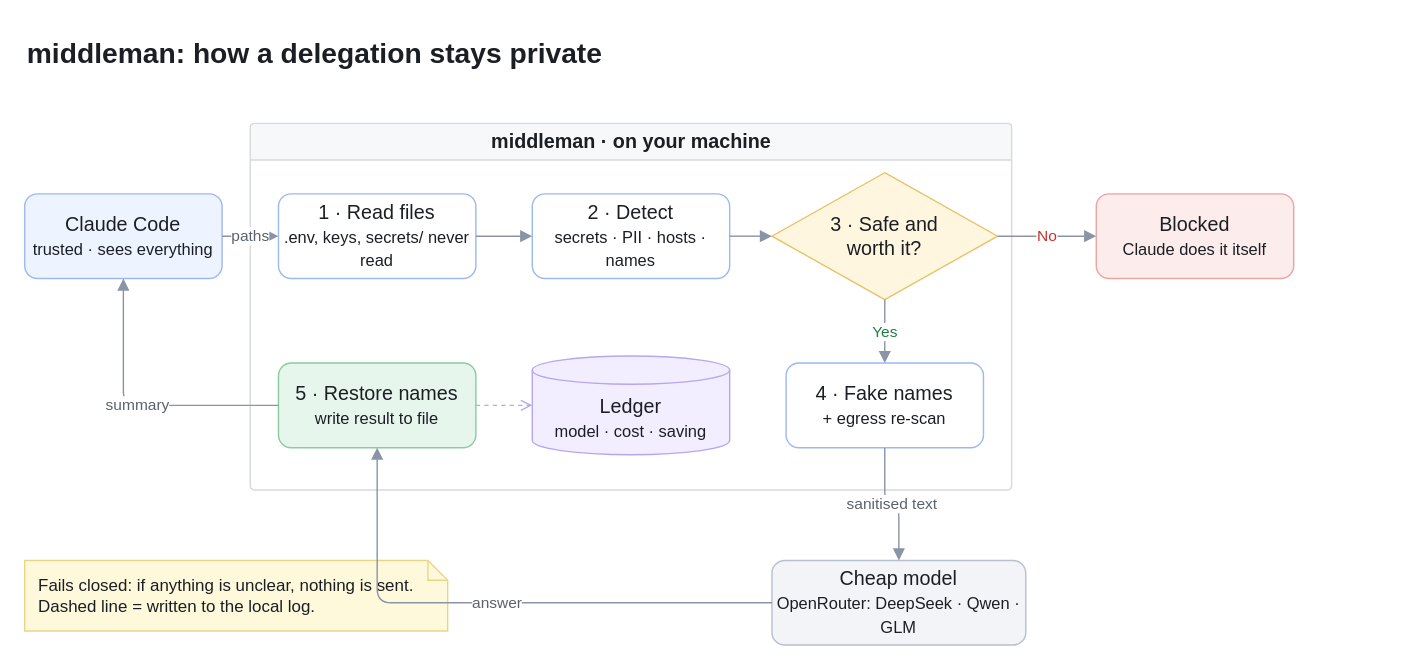
This is docs/architecture.drawio from baturox/middleman, a draw.io file, before an edit. Source tidied: cells renumbered, new cells numbered last; positions are measured from the earlier drawing's top-left corner, leaving out a move shared by most shapes. Both pictures are drawn from the tidied source at 141%, with x=0, y=0 at pixel (24, 24).
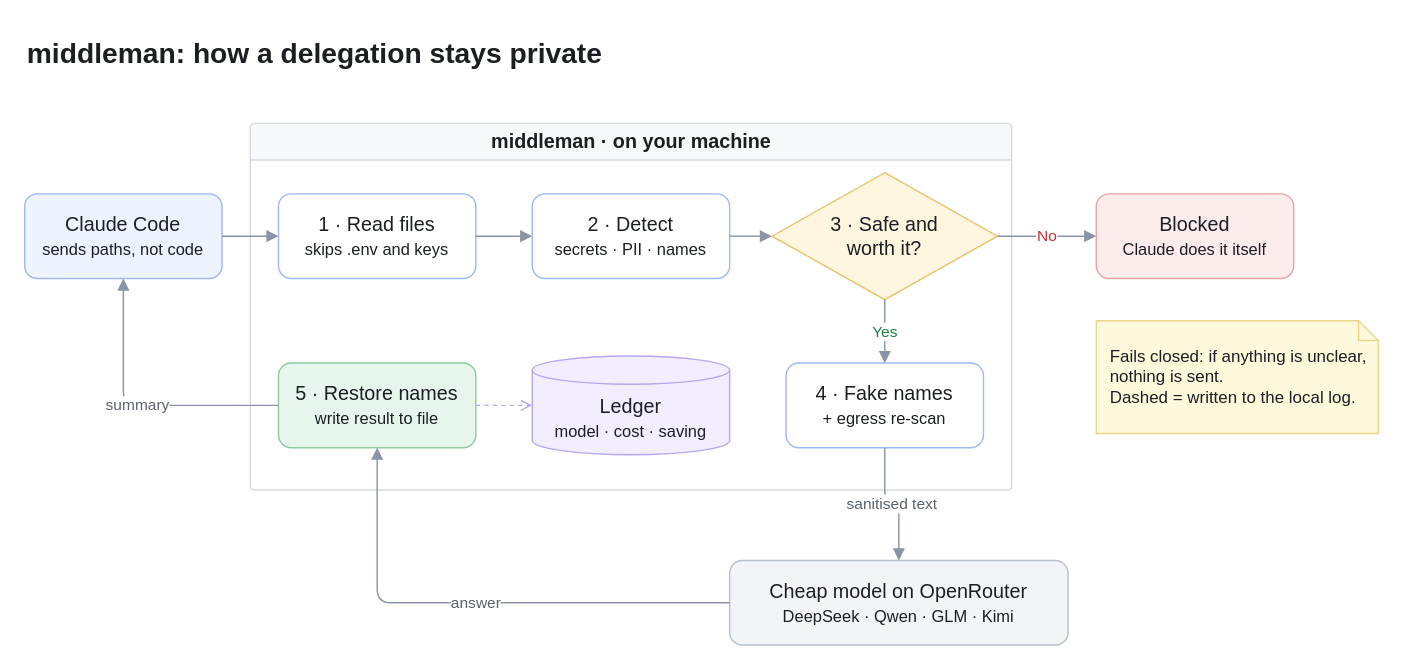
Above is the later version.

Commit message (it also covers changes not shown here):
docs: draw.io architecture diagram in README

The change refers to these unchanged cells:
```xml
<mxCell id="4" value="middleman · on your machine" style="swimlane;startSize=26;html=1;fontSize=14;fontStyle=1;fillColor=#F7F8FA;strokeColor=#D5DAE1;fontColor=#1B1F24;rounded=1;arcSize=4;" parent="1" vertex="1">
  <mxGeometry x="160" y="70" width="540" height="260" as="geometry" />
</mxCell>
```

Change to the diagram source:
```diff
@@
-<mxGraphModel>
+<mxGraphModel background="#FFFFFF">
@@
-    <mxCell id="3" value="Claude Code&lt;br&gt;&lt;small&gt;trusted · sees everything&lt;/small&gt;" style="rounded=1;whiteSpace=wrap;html=1;fontSize=14;fillColor=#EEF4FF;strokeColor=#9DB8F2;fontColor=#1B1F24;" parent="1" vertex="1">
+    <mxCell id="3" value="Claude Code&lt;br&gt;&lt;small&gt;sends paths, not code&lt;/small&gt;" style="rounded=1;whiteSpace=wrap;html=1;fontSize=14;fillColor=#EEF4FF;strokeColor=#9DB8F2;fontColor=#1B1F24;" parent="1" vertex="1">
       <mxGeometry y="120" width="140" height="60" as="geometry" />
     </mxCell>
@@
-    <mxCell id="5" value="1 · Read files&lt;br&gt;&lt;small&gt;.env, keys, secrets/ never read&lt;/small&gt;" style="rounded=1;whiteSpace=wrap;html=1;fontSize=14;fillColor=#FFFFFF;strokeColor=#9DB8F2;fontColor=#1B1F24;" parent="4" vertex="1">
+    <mxCell id="5" value="1 · Read files&lt;br&gt;&lt;small&gt;skips .env and keys&lt;/small&gt;" style="rounded=1;whiteSpace=wrap;html=1;fontSize=14;fillColor=#FFFFFF;strokeColor=#9DB8F2;fontColor=#1B1F24;" parent="4" vertex="1">
       <mxGeometry x="20" y="50" width="140" height="60" as="geometry" />
     </mxCell>
-    <mxCell id="6" value="2 · Detect&lt;br&gt;&lt;small&gt;secrets · PII · hosts · names&lt;/small&gt;" style="rounded=1;whiteSpace=wrap;html=1;fontSize=14;fillColor=#FFFFFF;strokeColor=#9DB8F2;fontColor=#1B1F24;" parent="4" vertex="1">
+    <mxCell id="6" value="2 · Detect&lt;br&gt;&lt;small&gt;secrets · PII · names&lt;/small&gt;" style="rounded=1;whiteSpace=wrap;html=1;fontSize=14;fillColor=#FFFFFF;strokeColor=#9DB8F2;fontColor=#1B1F24;" parent="4" vertex="1">
       <mxGeometry x="200" y="50" width="140" height="60" as="geometry" />
     </mxCell>
@@
-    <mxCell id="12" value="Cheap model&lt;br&gt;&lt;small&gt;OpenRouter: DeepSeek · Qwen · GLM&lt;/small&gt;" style="rounded=1;whiteSpace=wrap;html=1;fontSize=14;fillColor=#F2F4F7;strokeColor=#B8C0CC;fontColor=#1B1F24;" parent="1" vertex="1">
-      <mxGeometry x="530" y="380" width="180" height="60" as="geometry" />
+    <mxCell id="12" value="Cheap model on OpenRouter&lt;br&gt;&lt;small&gt;DeepSeek · Qwen · GLM · Kimi&lt;/small&gt;" style="rounded=1;whiteSpace=wrap;html=1;fontSize=14;fillColor=#F2F4F7;strokeColor=#B8C0CC;fontColor=#1B1F24;" parent="1" vertex="1">
+      <mxGeometry x="500" y="380" width="240" height="60" as="geometry" />
     </mxCell>
-    <mxCell id="13" value="Fails closed: if anything is unclear, nothing is sent.&lt;br&gt;Dashed line = written to the local log." style="shape=note;whiteSpace=wrap;html=1;size=14;fontSize=12;align=left;spacingLeft=8;fillColor=#FFF9DB;strokeColor=#E9D58A;fontColor=#1B1F24;" parent="1" vertex="1">
-      <mxGeometry y="380" width="300" height="50" as="geometry" />
+    <mxCell id="13" value="Fails closed: if anything is unclear, nothing is sent.&lt;br&gt;Dashed = written to the local log." style="shape=note;whiteSpace=wrap;html=1;size=14;fontSize=12;align=left;spacingLeft=8;fillColor=#FFF9DB;strokeColor=#E9D58A;fontColor=#1B1F24;" parent="1" vertex="1">
+      <mxGeometry x="760" y="210" width="200" height="80" as="geometry" />
     </mxCell>
-    <mxCell id="14" value="paths" style="edgeStyle=orthogonalEdgeStyle;rounded=1;html=1;strokeColor=#8A94A6;fontColor=#5A626E;endArrow=block;endFill=1;" parent="1" edge="1" source="3" target="5">
+    <mxCell id="14" style="edgeStyle=orthogonalEdgeStyle;rounded=1;html=1;strokeColor=#8A94A6;fontColor=#5A626E;endArrow=block;endFill=1;" parent="1" edge="1" source="3" target="5">
       <mxGeometry relative="1" as="geometry" />
     </mxCell>
```
